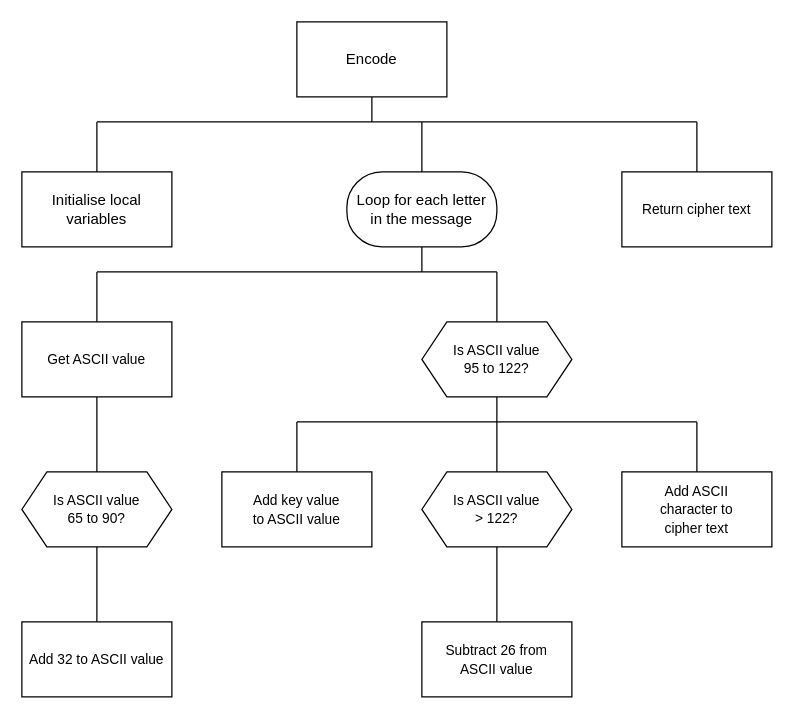
The draw.io diagram page "sd" (5 of 6) of higher/H-SDD-Caesar-Cipher/assets/H SDD Caesar Cipher.drawio in MrFriendCS/MrFriendCS.github.io, before the edit. Source tidied: cells renumbered, new cells numbered last; positions are measured from the earlier drawing's top-left corner, leaving out a move shared by most shapes. Both pictures are drawn from the tidied source at 125%, with x=0, y=0 at pixel (21, 21).
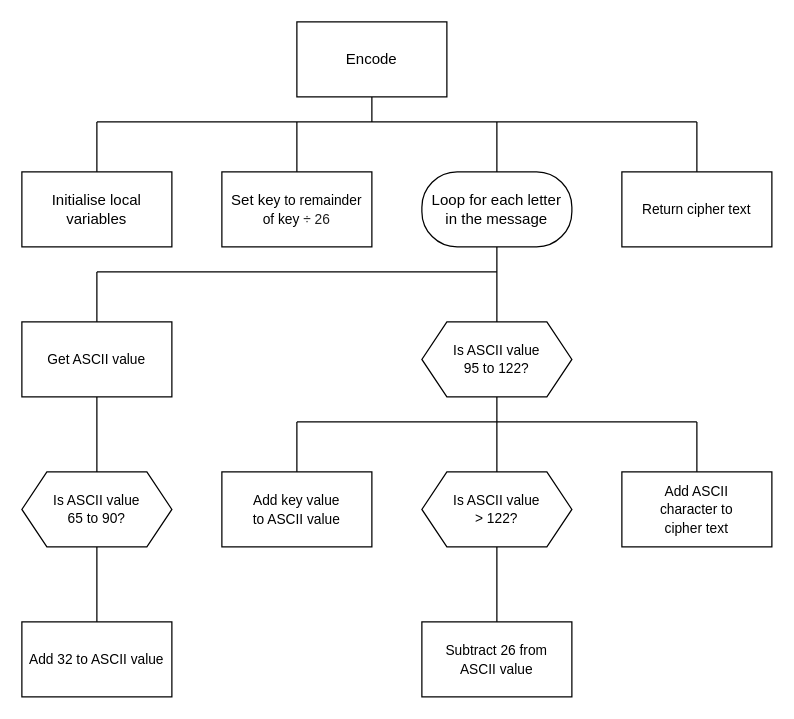
After the change.

Change to the diagram source:
```diff
@@
     <mxCell id="6" style="edgeStyle=orthogonalEdgeStyle;shape=connector;rounded=0;jettySize=auto;html=1;exitX=0.5;exitY=0;exitDx=0;exitDy=0;labelBackgroundColor=default;strokeColor=default;fontFamily=Helvetica;fontSize=11;fontColor=default;startArrow=none;startFill=0;endArrow=none;endFill=0;" parent="1" edge="1" source="8">
       <mxGeometry relative="1" as="geometry">
-        <mxPoint x="320" y="80" as="targetPoint" />
+        <mxPoint x="380" y="80" as="targetPoint" />
       </mxGeometry>
     </mxCell>
     <mxCell id="7" style="edgeStyle=orthogonalEdgeStyle;shape=connector;rounded=0;jettySize=auto;html=1;exitX=0.5;exitY=1;exitDx=0;exitDy=0;labelBackgroundColor=default;strokeColor=default;fontFamily=Helvetica;fontSize=11;fontColor=default;startArrow=none;startFill=0;endArrow=none;endFill=0;" parent="1" edge="1" source="8">
       <mxGeometry relative="1" as="geometry">
-        <mxPoint x="320" y="200" as="targetPoint" />
+        <mxPoint x="380" y="200" as="targetPoint" />
       </mxGeometry>
     </mxCell>
     <mxCell id="8" value="Loop for each letter&lt;br&gt;in the message" style="rounded=1;whiteSpace=wrap;html=1;arcSize=47;" parent="1" vertex="1">
-      <mxGeometry x="260" y="120" width="120" height="60" as="geometry" />
+      <mxGeometry x="320" y="120" width="120" height="60" as="geometry" />
     </mxCell>
@@
+    <mxCell id="30" style="edgeStyle=orthogonalEdgeStyle;rounded=0;jettySize=auto;html=1;exitX=0.5;exitY=0;exitDx=0;exitDy=0;endArrow=none;endFill=0;" parent="1" edge="1" source="31">
+      <mxGeometry relative="1" as="geometry">
+        <mxPoint x="220" y="80" as="targetPoint" />
+      </mxGeometry>
+    </mxCell>
+    <mxCell id="31" value="Set ke&lt;font style=&quot;font-size: 11px;&quot; face=&quot;Helvetica&quot;&gt;y to remainder&lt;/font&gt;&lt;div&gt;&lt;font style=&quot;font-size: 11px;&quot; face=&quot;Helvetica&quot;&gt;of key&amp;nbsp;&lt;span style=&quot;color: rgb(31, 31, 31); text-align: left; background-color: rgb(255, 255, 255);&quot;&gt;÷ 26&lt;/span&gt;&lt;/font&gt;&lt;/div&gt;" style="rounded=0;whiteSpace=wrap;html=1;" parent="1" vertex="1">
+      <mxGeometry x="160" y="120" width="120" height="60" as="geometry" />
+    </mxCell>
```
